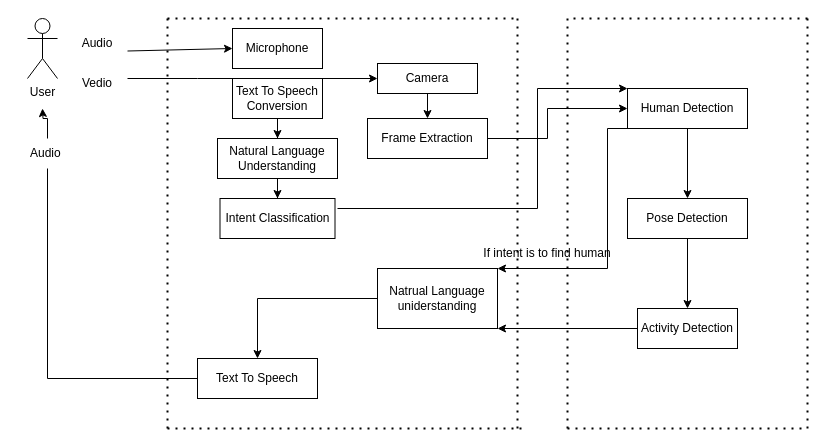
This is Untitled Diagram.drawio from ahmad2001hotmailyahoo/ahmad-arc, a draw.io file, before an edit. Source tidied: cells renumbered, new cells numbered last; positions are measured from the earlier drawing's top-left corner, leaving out a move shared by most shapes. Both pictures are drawn from the tidied source at 100%, with x=0, y=0 at pixel (17, 18).
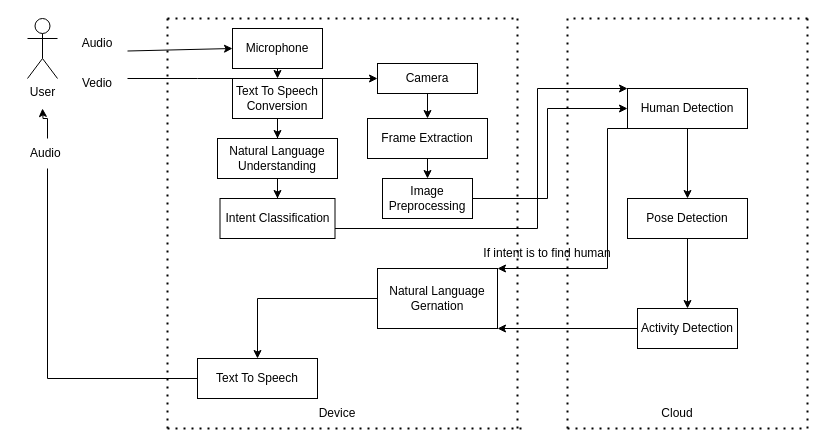
The same page after the edit.

Unchanged cells that the change refers to:
```xml
<mxCell id="7" value="Text To Speech Conversion" style="rounded=0;whiteSpace=wrap;html=1;" parent="1" vertex="1">
  <mxGeometry x="215" y="60" width="90" height="40" as="geometry" />
</mxCell>
<mxCell id="8" value="Intent Classification" style="whiteSpace=wrap;html=1;" parent="1" vertex="1">
  <mxGeometry x="202.5" y="180" width="115" height="40" as="geometry" />
</mxCell>
<mxCell id="9" value="Frame Extraction" style="whiteSpace=wrap;html=1;" parent="1" vertex="1">
  <mxGeometry x="350" y="100" width="120" height="40" as="geometry" />
</mxCell>
<mxCell id="12" value="Human Detection" style="whiteSpace=wrap;html=1;" parent="1" vertex="1">
  <mxGeometry x="610" y="70" width="120" height="40" as="geometry" />
</mxCell>
<mxCell id="27" value="Microphone" style="rounded=0;whiteSpace=wrap;html=1;" parent="1" vertex="1">
  <mxGeometry x="215" y="10" width="90" height="40" as="geometry" />
</mxCell>
```

What changed in the source:
```diff
@@
-    <mxCell id="34" style="endArrow=classic;html=1;rounded=0;exitX=1;exitY=0.5;exitDx=0;exitDy=0;entryX=0;entryY=0.5;entryDx=0;entryDy=0;" parent="1" edge="1" source="9" target="12">
+    <mxCell id="34" style="endArrow=classic;html=1;rounded=0;exitX=1;exitY=0.5;exitDx=0;exitDy=0;entryX=0;entryY=0.5;entryDx=0;entryDy=0;" parent="1" edge="1" source="43" target="12">
       <mxGeometry relative="1" as="geometry">
         <Array as="points">
-          <mxPoint x="530" y="120" />
+          <mxPoint x="530" y="180" />
           <mxPoint x="530" y="90" />
         </Array>
       </mxGeometry>
     </mxCell>
-    <mxCell id="35" style="endArrow=classic;html=1;rounded=0;entryX=0;entryY=0;entryDx=0;entryDy=0;" parent="1" edge="1" target="12">
+    <mxCell id="35" style="endArrow=classic;html=1;rounded=0;entryX=0;entryY=0;entryDx=0;entryDy=0;exitX=1;exitY=0.75;exitDx=0;exitDy=0;" parent="1" edge="1" source="8" target="12">
       <mxGeometry relative="1" as="geometry">
-        <mxPoint x="320" y="190" as="sourcePoint" />
         <Array as="points">
-          <mxPoint x="520" y="190" />
+          <mxPoint x="520" y="210" />
           <mxPoint x="520" y="70" />
         </Array>
       </mxGeometry>
     </mxCell>
-    <mxCell id="36" value="Natrual Language uniderstanding" style="rounded=0;whiteSpace=wrap;html=1;" parent="1" vertex="1">
+    <mxCell id="36" value="Natural Language Gernation" style="rounded=0;whiteSpace=wrap;html=1;" parent="1" vertex="1">
       <mxGeometry x="360" y="250" width="120" height="60" as="geometry" />
     </mxCell>
@@
+    <mxCell id="40" value="Device" style="text;html=1;strokeColor=none;fillColor=none;align=center;verticalAlign=middle;whiteSpace=wrap;rounded=0;" parent="1" vertex="1">
+      <mxGeometry x="290" y="380" width="60" height="30" as="geometry" />
+    </mxCell>
+    <mxCell id="41" value="Cloud" style="text;html=1;strokeColor=none;fillColor=none;align=center;verticalAlign=middle;whiteSpace=wrap;rounded=0;" parent="1" vertex="1">
+      <mxGeometry x="630" y="380" width="60" height="30" as="geometry" />
+    </mxCell>
+    <mxCell id="42" style="endArrow=classic;html=1;rounded=0;exitX=0.5;exitY=1;exitDx=0;exitDy=0;entryX=0.5;entryY=0;entryDx=0;entryDy=0;" parent="1" edge="1" source="27" target="7">
+      <mxGeometry relative="1" as="geometry" />
+    </mxCell>
+    <mxCell id="43" value="Image Preprocessing" style="rounded=0;whiteSpace=wrap;html=1;" parent="1" vertex="1">
+      <mxGeometry x="365" y="160" width="90" height="40" as="geometry" />
+    </mxCell>
+    <mxCell id="44" style="endArrow=classic;html=1;rounded=0;entryX=0.5;entryY=0;entryDx=0;entryDy=0;" parent="1" edge="1" source="9" target="43">
+      <mxGeometry relative="1" as="geometry" />
+    </mxCell>
```
